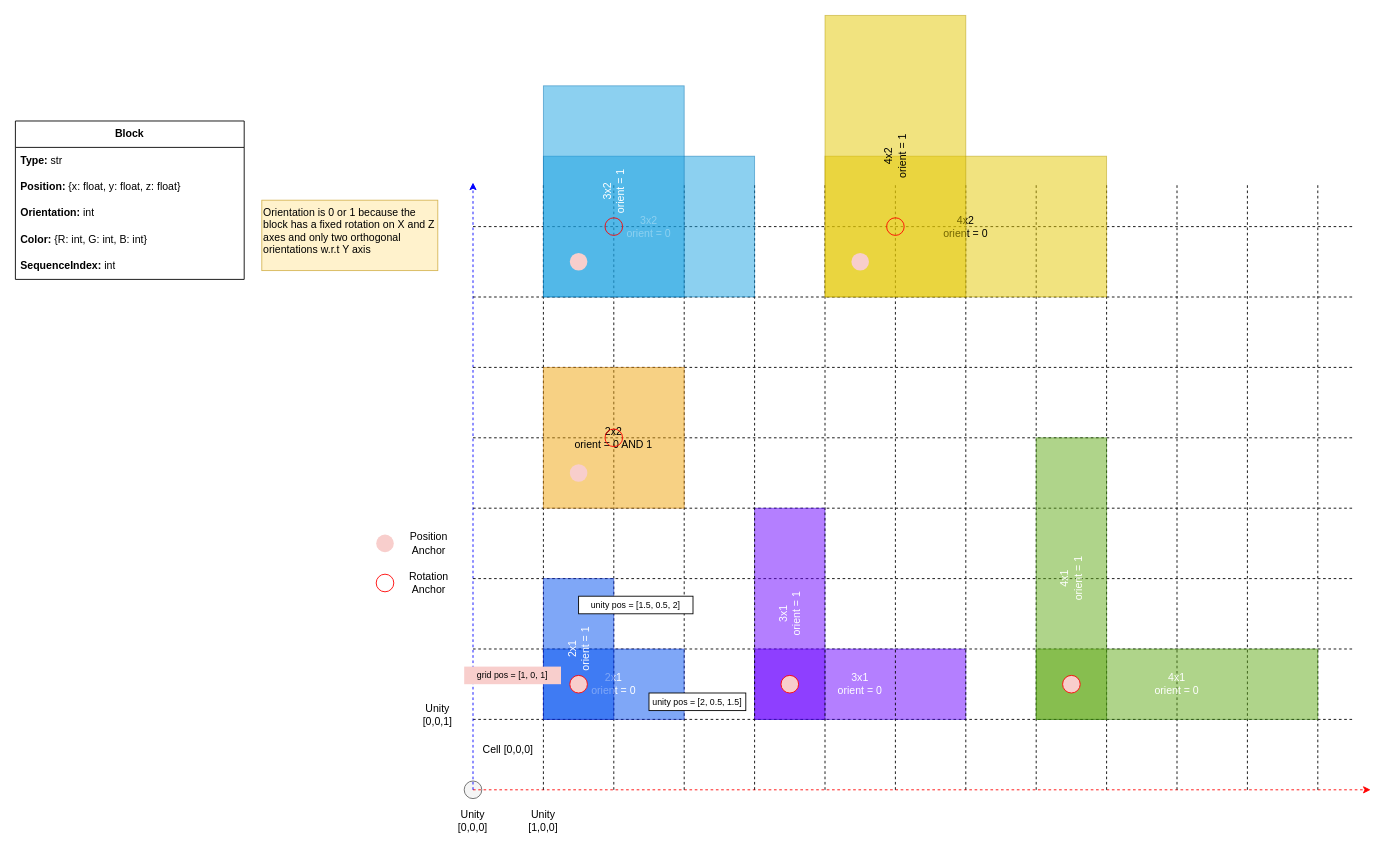
Before: page "Block Environment" (1 of 3) of block-environment/classes_flow.drawio in holistudio/project-spaceship, a draw.io diagram. Source tidied: cells renumbered, new cells numbered last; positions are measured from the earlier drawing's top-left corner, leaving out a move shared by most shapes. Both pictures are drawn from the tidied source at 88%, with x=0, y=0 at pixel (15, 85).
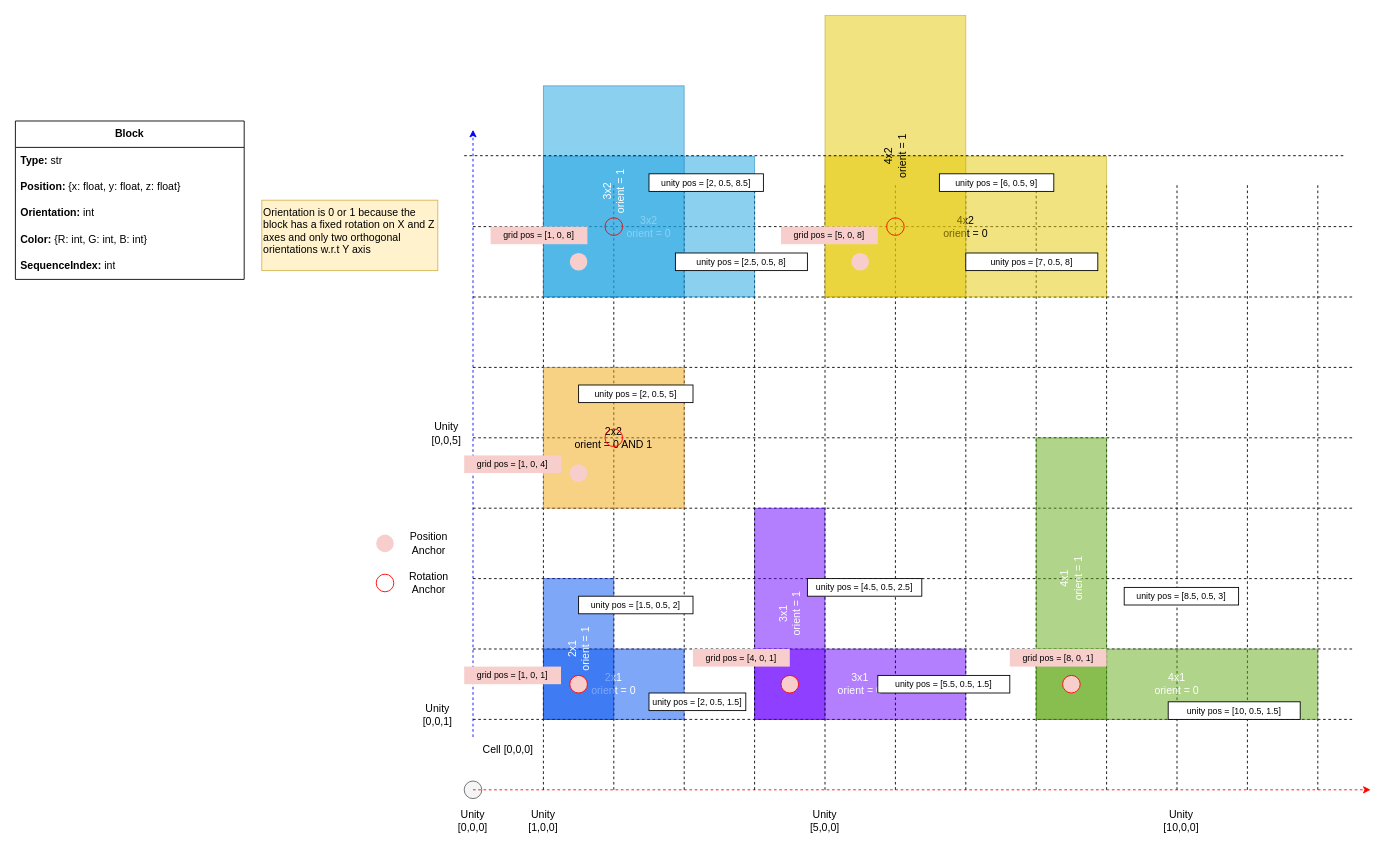
After the change.

Commit message (it also covers changes not shown here):
document unity and grid position conversions

Change to the diagram source:
```diff
@@
     <mxCell id="12" style="endArrow=classic;dashed=1;html=1;rounded=0;startArrow=none;strokeColor=#0000FF;endFill=1;" parent="1" edge="1">
       <mxGeometry relative="1" as="geometry">
-        <mxPoint x="520" y="800" as="sourcePoint" />
-        <mxPoint x="520" y="110" as="targetPoint" />
+        <mxPoint x="520" y="740" as="sourcePoint" />
+        <mxPoint x="520" y="50" as="targetPoint" />
       </mxGeometry>
     </mxCell>
@@
+    <mxCell id="64" value="unity pos = [5.5, 0.5, 1.5]" style="rounded=0;whiteSpace=wrap;html=1;fontSize=10;" parent="1" vertex="1">
+      <mxGeometry x="980" y="670" width="150" height="20" as="geometry" />
+    </mxCell>
+    <mxCell id="65" value="unity pos = [4.5, 0.5, 2.5]" style="rounded=0;whiteSpace=wrap;html=1;fontSize=10;" parent="1" vertex="1">
+      <mxGeometry x="900" y="560" width="130" height="20" as="geometry" />
+    </mxCell>
+    <mxCell id="66" value="grid pos = [4, 0, 1]" style="rounded=0;whiteSpace=wrap;html=1;fontSize=10;fillColor=#f8cecc;strokeColor=none;" parent="1" vertex="1">
+      <mxGeometry x="770" y="640" width="110" height="20" as="geometry" />
+    </mxCell>
+    <mxCell id="67" value="unity pos = [10, 0.5, 1.5]" style="rounded=0;whiteSpace=wrap;html=1;fontSize=10;" parent="1" vertex="1">
+      <mxGeometry x="1310" y="700" width="150" height="20" as="geometry" />
+    </mxCell>
+    <mxCell id="68" value="unity pos = [8.5, 0.5, 3]" style="rounded=0;whiteSpace=wrap;html=1;fontSize=10;" parent="1" vertex="1">
+      <mxGeometry x="1260" y="570" width="130" height="20" as="geometry" />
+    </mxCell>
+    <mxCell id="69" value="grid pos = [8, 0, 1]" style="rounded=0;whiteSpace=wrap;html=1;fontSize=10;fillColor=#f8cecc;strokeColor=none;" parent="1" vertex="1">
+      <mxGeometry x="1130" y="640" width="110" height="20" as="geometry" />
+    </mxCell>
+    <mxCell id="70" value="Unity [5,0,0]" style="text;html=1;strokeColor=none;fillColor=none;align=center;verticalAlign=middle;whiteSpace=wrap;rounded=0;" parent="1" vertex="1">
+      <mxGeometry x="890" y="820" width="60" height="30" as="geometry" />
+    </mxCell>
+    <mxCell id="71" value="Unity [10,0,0]" style="text;html=1;strokeColor=none;fillColor=none;align=center;verticalAlign=middle;whiteSpace=wrap;rounded=0;" parent="1" vertex="1">
+      <mxGeometry x="1295" y="820" width="60" height="30" as="geometry" />
+    </mxCell>
+    <mxCell id="72" value="unity pos = [2, 0.5, 5]" style="rounded=0;whiteSpace=wrap;html=1;fontSize=10;" parent="1" vertex="1">
+      <mxGeometry x="640" y="340" width="130" height="20" as="geometry" />
+    </mxCell>
+    <mxCell id="73" value="grid pos = [1, 0, 4]" style="rounded=0;whiteSpace=wrap;html=1;fontSize=10;fillColor=#f8cecc;strokeColor=none;" parent="1" vertex="1">
+      <mxGeometry x="510" y="420" width="110" height="20" as="geometry" />
+    </mxCell>
+    <mxCell id="74" value="Unity [0,0,5]" style="text;html=1;strokeColor=none;fillColor=none;align=center;verticalAlign=middle;whiteSpace=wrap;rounded=0;" parent="1" vertex="1">
+      <mxGeometry x="460" y="380" width="60" height="30" as="geometry" />
+    </mxCell>
+    <mxCell id="75" value="unity pos = [2.5, 0.5, 8]" style="rounded=0;whiteSpace=wrap;html=1;fontSize=10;" parent="1" vertex="1">
+      <mxGeometry x="750" y="190" width="150" height="20" as="geometry" />
+    </mxCell>
+    <mxCell id="76" value="unity pos = [2, 0.5, 8.5]" style="rounded=0;whiteSpace=wrap;html=1;fontSize=10;" parent="1" vertex="1">
+      <mxGeometry x="720" y="100" width="130" height="20" as="geometry" />
+    </mxCell>
+    <mxCell id="77" value="grid pos = [1, 0, 8]" style="rounded=0;whiteSpace=wrap;html=1;fontSize=10;fillColor=#f8cecc;strokeColor=none;" parent="1" vertex="1">
+      <mxGeometry x="540" y="160" width="110" height="20" as="geometry" />
+    </mxCell>
+    <mxCell id="78" style="endArrow=none;dashed=1;html=1;rounded=0;" parent="1" edge="1">
+      <mxGeometry relative="1" as="geometry">
+        <mxPoint x="510" y="79.4" as="sourcePoint" />
+        <mxPoint x="1510" y="79.4" as="targetPoint" />
+      </mxGeometry>
+    </mxCell>
+    <mxCell id="79" value="unity pos = [7, 0.5, 8]" style="rounded=0;whiteSpace=wrap;html=1;fontSize=10;" parent="1" vertex="1">
+      <mxGeometry x="1080" y="190" width="150" height="20" as="geometry" />
+    </mxCell>
+    <mxCell id="80" value="unity pos = [6, 0.5, 9]" style="rounded=0;whiteSpace=wrap;html=1;fontSize=10;" parent="1" vertex="1">
+      <mxGeometry x="1050" y="100" width="130" height="20" as="geometry" />
+    </mxCell>
+    <mxCell id="81" value="grid pos = [5, 0, 8]" style="rounded=0;whiteSpace=wrap;html=1;fontSize=10;fillColor=#f8cecc;strokeColor=none;" parent="1" vertex="1">
+      <mxGeometry x="870" y="160" width="110" height="20" as="geometry" />
+    </mxCell>
```
